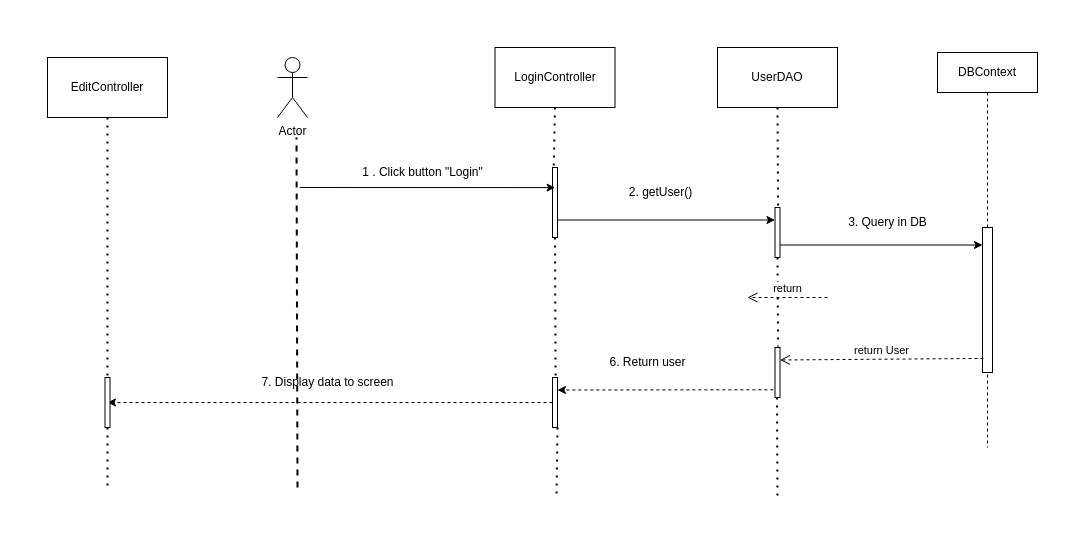
This is page "Page-4" (4 of 6) of te1.drawio from baspdd/desktop-tutorial, a draw.io file, before an edit. Source tidied: cells renumbered, new cells numbered last; positions are measured from the earlier drawing's top-left corner, leaving out a move shared by most shapes. Both pictures are drawn from the tidied source at 100%, with x=0, y=0 at pixel (47, 47).
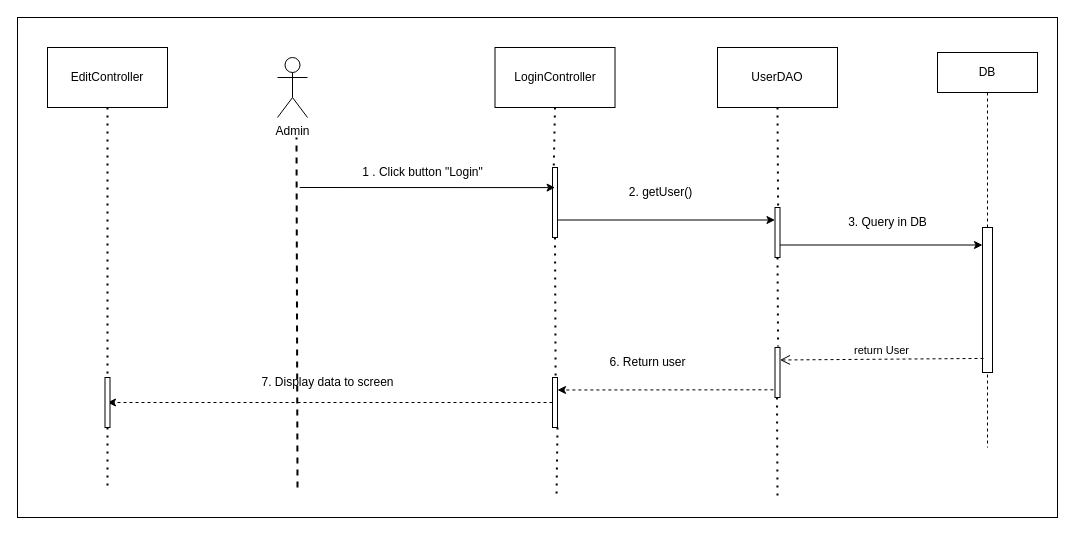
The same page after the edit.

Change to the diagram source:
```diff
@@
+    <mxCell id="34" style="rounded=0;whiteSpace=wrap;html=1;" parent="1" vertex="1">
+      <mxGeometry x="-30" y="-30" width="1040" height="500" as="geometry" />
+    </mxCell>
@@
     <mxCell id="24" value="EditController" style="rounded=0;whiteSpace=wrap;html=1;fontColor=none;fillColor=default;" parent="1" vertex="1">
-      <mxGeometry y="10" width="120" height="60" as="geometry" />
+      <mxGeometry width="120" height="60" as="geometry" />
     </mxCell>
@@
-    <mxCell id="29" value="Actor" style="shape=umlActor;verticalLabelPosition=bottom;verticalAlign=top;html=1;" parent="1" vertex="1">
+    <mxCell id="29" value="Admin" style="shape=umlActor;verticalLabelPosition=bottom;verticalAlign=top;html=1;" parent="1" vertex="1">
       <mxGeometry x="230" y="10" width="30" height="60" as="geometry" />
     </mxCell>
-    <mxCell id="30" value="DBContext" style="shape=umlLifeline;perimeter=lifelinePerimeter;whiteSpace=wrap;html=1;" parent="1" vertex="1">
+    <mxCell id="30" value="DB" style="shape=umlLifeline;perimeter=lifelinePerimeter;whiteSpace=wrap;html=1;" parent="1" vertex="1">
       <mxGeometry x="890" y="5" width="100" height="395" as="geometry" />
     </mxCell>
@@
-    <mxCell id="32" value="return" style="html=1;verticalAlign=bottom;endArrow=open;dashed=1;endSize=8;rounded=0;" parent="1" edge="1">
-      <mxGeometry relative="1" as="geometry">
-        <mxPoint x="780" y="250" as="sourcePoint" />
-        <mxPoint x="700" y="250" as="targetPoint" />
-      </mxGeometry>
-    </mxCell>
```
